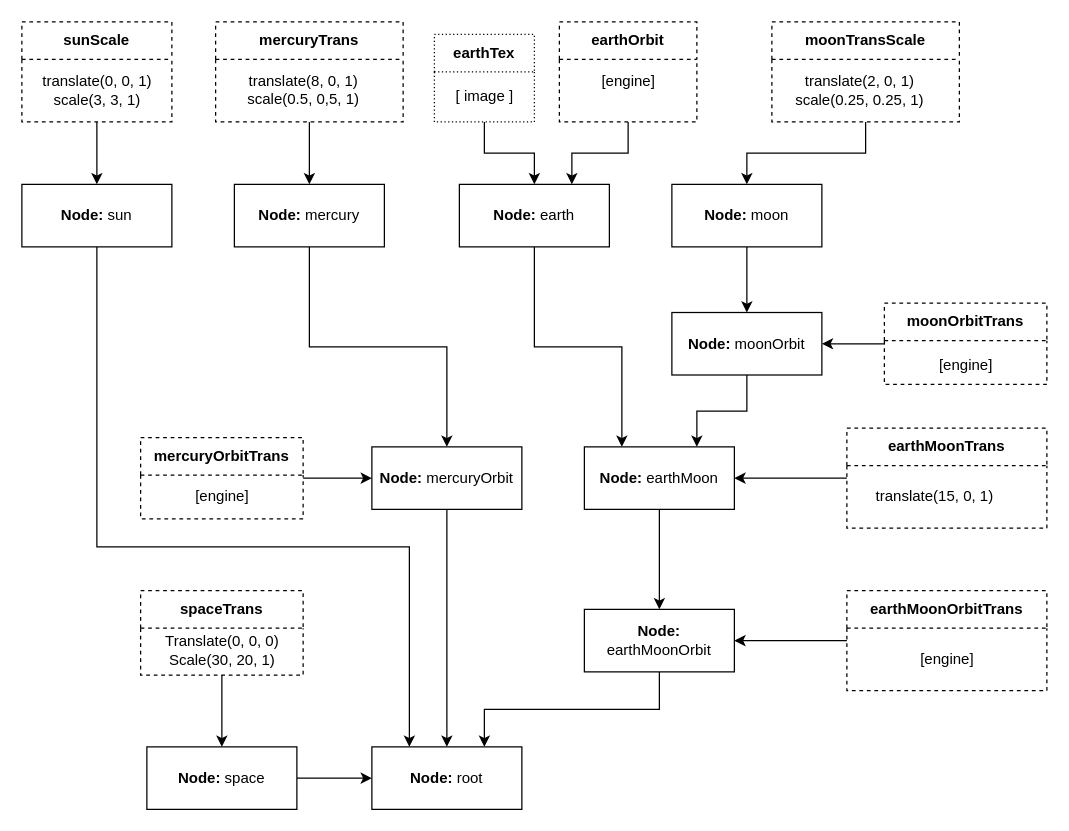
antenor-z/graph_trabalho1 keeps this draw.io diagram as report/Trab1Graph.drawio. Above is the earlier version. Source tidied: cells renumbered, new cells numbered last; positions are measured from the earlier drawing's top-left corner, leaving out a move shared by most shapes. Both pictures are drawn from the tidied source at 125%, with x=0, y=0 at pixel (21, 21).
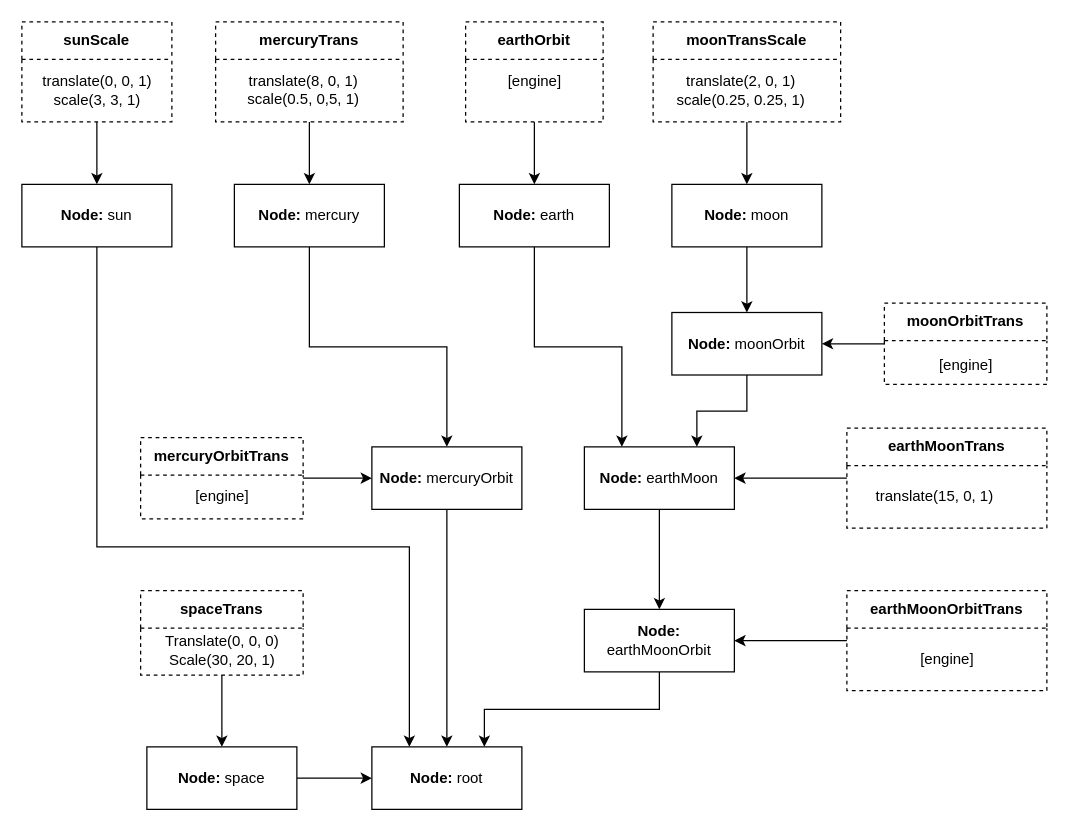
The same page after the edit.

The change refers to these unchanged cells:
```xml
<mxCell id="8" value="&lt;div&gt;&lt;b&gt;Node:&lt;/b&gt; earth&lt;/div&gt;" style="rounded=0;whiteSpace=wrap;html=1;" parent="1" vertex="1">
  <mxGeometry x="350" y="130" width="120" height="50" as="geometry" />
</mxCell>
```

Change to the diagram source:
```diff
@@
-    <mxCell id="19" style="edgeStyle=orthogonalEdgeStyle;rounded=0;jettySize=auto;html=1;entryX=0.5;entryY=0;entryDx=0;entryDy=0;" parent="1" edge="1" source="20" target="8">
-      <mxGeometry relative="1" as="geometry" />
-    </mxCell>
-    <mxCell id="20" value="&lt;blockquote&gt;earthTex&lt;br&gt;&lt;/blockquote&gt;" style="swimlane;whiteSpace=wrap;html=1;startSize=30;dashed=1;dashPattern=1 2;" parent="1" vertex="1">
-      <mxGeometry x="330" y="10" width="80" height="70" as="geometry" />
-    </mxCell>
-    <mxCell id="21" value="[ image ]" style="text;html=1;align=center;verticalAlign=middle;strokeColor=none;fillColor=none;" parent="20" vertex="1">
-      <mxGeometry x="5" y="35" width="70" height="30" as="geometry" />
-    </mxCell>
@@
     <mxCell id="29" value="moonTransScale" style="swimlane;whiteSpace=wrap;html=1;startSize=30;dashed=1;" parent="1" vertex="1">
-      <mxGeometry x="600" width="150" height="80" as="geometry" />
+      <mxGeometry x="505" width="150" height="80" as="geometry" />
     </mxCell>
@@
-    <mxCell id="43" style="edgeStyle=orthogonalEdgeStyle;rounded=0;jettySize=auto;html=1;exitX=0.5;exitY=1;exitDx=0;exitDy=0;entryX=0.75;entryY=0;entryDx=0;entryDy=0;" parent="1" edge="1" source="44" target="8">
+    <mxCell id="43" style="edgeStyle=orthogonalEdgeStyle;rounded=0;jettySize=auto;html=1;entryX=0.5;entryY=0;entryDx=0;entryDy=0;" parent="1" edge="1" source="44" target="8">
       <mxGeometry relative="1" as="geometry" />
     </mxCell>
     <mxCell id="44" value="earthOrbit" style="swimlane;whiteSpace=wrap;html=1;startSize=30;dashed=1;" parent="1" vertex="1">
-      <mxGeometry x="430" width="110" height="80" as="geometry" />
+      <mxGeometry x="355" width="110" height="80" as="geometry" />
     </mxCell>
```
